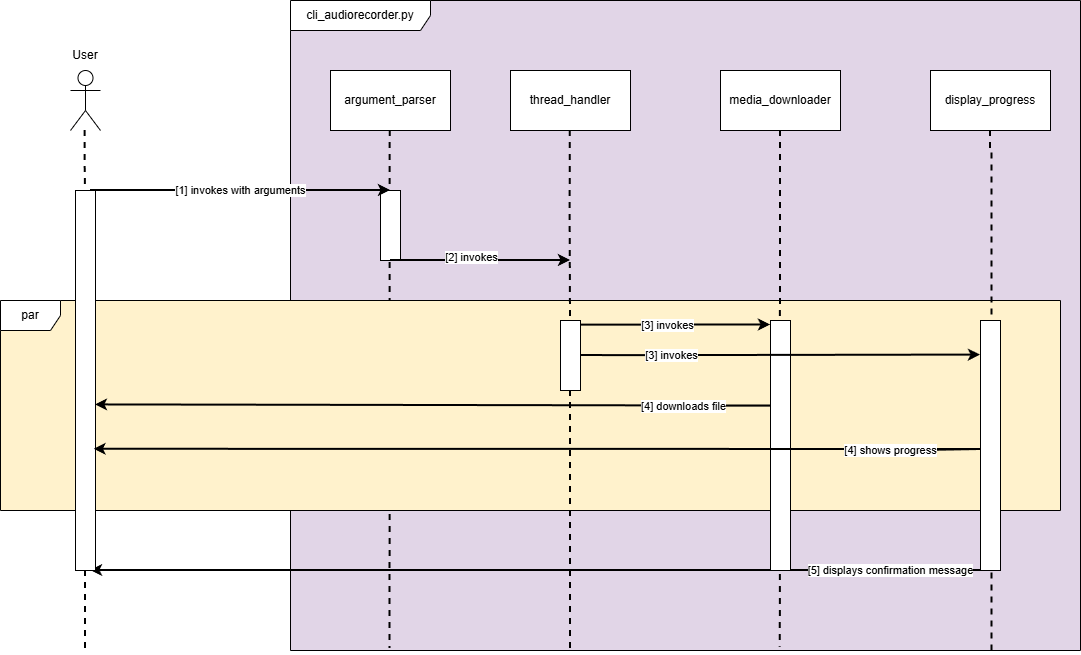
The draw.io diagram Sequenzdiagramm.drawio.png in maikgerdes/file-downloader, before a commit. Source tidied: cells renumbered, new cells last; positions are measured from the earlier drawing's top-left corner, leaving out a move shared by most shapes.
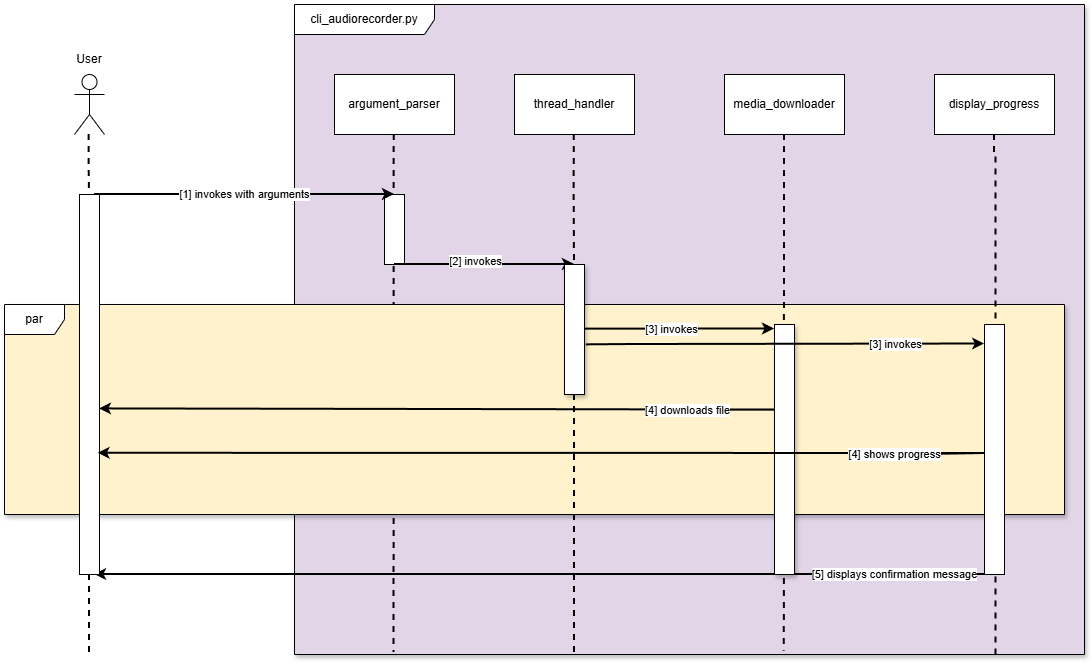
Later version of the same file.

Commit message:
-Fehler im Sequenzdiagramm korrigiert -README.md hinzugefügt

Diff of the diagram source:
```diff
@@ -2,7 +2,7 @@
   <root>
     <mxCell id="0" />
     <mxCell id="1" parent="0" />
-    <mxCell id="2" value="cli_audiorecorder.py" style="shape=umlFrame;whiteSpace=wrap;html=1;width=140;height=30;swimlaneFillColor=#E1D5E7;" parent="1" vertex="1">
+    <mxCell id="2" value="cli_audiorecorder.py" style="shape=umlFrame;whiteSpace=wrap;html=1;width=140;height=30;swimlaneFillColor=#E1D5E7;shadow=1;" parent="1" vertex="1">
       <mxGeometry x="290" width="790" height="650" as="geometry" />
     </mxCell>
     <mxCell id="3" style="edgeStyle=orthogonalEdgeStyle;rounded=0;jettySize=auto;html=1;strokeWidth=2;dashed=1;endArrow=none;endFill=0;entryX=0.126;entryY=0.997;entryDx=0;entryDy=0;entryPerimeter=0;" parent="1" edge="1" target="2">
@@ -13,7 +13,7 @@
     <mxCell id="4" style="rounded=0;whiteSpace=wrap;html=1;" parent="1" vertex="1">
       <mxGeometry x="380" y="190" width="20" height="70" as="geometry" />
     </mxCell>
-    <mxCell id="5" value="par" style="shape=umlFrame;whiteSpace=wrap;html=1;fillColor=light-dark(#ffffff, #281d00);strokeColor=light-dark(#000000, #281d00);fillStyle=auto;gradientColor=none;swimlaneFillColor=#FFF2CC;" parent="1" vertex="1">
+    <mxCell id="5" value="par" style="shape=umlFrame;whiteSpace=wrap;html=1;fillColor=light-dark(#ffffff, #281d00);strokeColor=light-dark(#000000, #281d00);fillStyle=auto;gradientColor=none;swimlaneFillColor=#FFF2CC;shadow=1;" parent="1" vertex="1">
       <mxGeometry y="300" width="1060" height="210" as="geometry" />
     </mxCell>
     <mxCell id="6" value="argument_parser" style="rounded=0;whiteSpace=wrap;html=1;" parent="1" vertex="1">
@@ -127,10 +127,10 @@
         <mxPoint x="569.7" y="130" as="sourcePoint" />
       </mxGeometry>
     </mxCell>
-    <mxCell id="29" style="rounded=0;whiteSpace=wrap;html=1;" parent="1" vertex="1">
-      <mxGeometry x="560" y="320" width="20" height="70" as="geometry" />
+    <mxCell id="29" style="rounded=0;whiteSpace=wrap;html=1;shadow=1;" parent="1" vertex="1">
+      <mxGeometry x="560" y="260" width="20" height="130" as="geometry" />
     </mxCell>
-    <mxCell id="30" style="rounded=0;whiteSpace=wrap;html=1;" parent="1" vertex="1">
+    <mxCell id="30" style="rounded=0;whiteSpace=wrap;html=1;shadow=1;" parent="1" vertex="1">
       <mxGeometry x="770" y="320" width="20" height="250" as="geometry" />
     </mxCell>
     <mxCell id="31" style="rounded=0;whiteSpace=wrap;html=1;" parent="1" vertex="1">
@@ -155,17 +155,19 @@
     <mxCell id="35" style="rounded=0;whiteSpace=wrap;html=1;" parent="1" vertex="1">
       <mxGeometry x="980" y="320" width="20" height="250" as="geometry" />
     </mxCell>
-    <mxCell id="36" style="endArrow=classic;html=1;rounded=0;entryX=-0.075;entryY=0.206;entryDx=0;entryDy=0;entryPerimeter=0;strokeWidth=2;exitX=1;exitY=0.5;exitDx=0;exitDy=0;" parent="1" edge="1" source="29">
-      <mxGeometry relative="1" as="geometry">
-        <mxPoint x="980" y="354.6" as="targetPoint" />
-        <Array as="points">
-          <mxPoint x="631.5" y="355.1" />
-        </Array>
-      </mxGeometry>
-    </mxCell>
+    <mxCell id="38" style="endArrow=classic;html=1;rounded=0;entryX=0.008;entryY=0.078;entryDx=0;entryDy=0;entryPerimeter=0;strokeWidth=2;exitX=1.092;exitY=0.618;exitDx=0;exitDy=0;exitPerimeter=0;" parent="1" edge="1" source="29" target="35">
+      <mxGeometry relative="1" as="geometry">
+        <Array as="points">
+          <mxPoint x="630" y="340" />
+        </Array>
+      </mxGeometry>
+    </mxCell>
+    <mxCell id="39" value="&lt;span style=&quot;color: rgba(0, 0, 0, 0); font-family: monospace; font-size: 0px; text-align: start; background-color: rgb(236, 236, 236);&quot;&gt;%3CmxGraphModel%3E%3Croot%3E%3CmxCell%20id%3D%220%22%2F%3E%3CmxCell%20id%3D%221%22%20parent%3D%220%22%2F%3E%3CmxCell%20id%3D%222%22%20parent%3D%221%22%20style%3D%22text%3Bhtml%3D1%3BwhiteSpace%3Dwrap%3BstrokeColor%3Dlight-dark(transparent%2C%2333FF99)%3BfillColor%3Dnone%3Balign%3Dcenter%3BverticalAlign%3Dmiddle%3Brounded%3D0%3B%22%20value%3D%22%26lt%3Bfont%20style%3D%26quot%3Bcolor%3A%20light-dark(rgb(0%2C%200%2C%200)%2C%20rgb(79%2C%20255%2C%20249))%3B%26quot%3B%26gt%3Binvokes%26lt%3B%2Ffont%26gt%3B%22%20vertex%3D%221%22%3E%3CmxGeometry%20height%3D%2230%22%20width%3D%2260%22%20x%3D%22320%22%20y%3D%22295%22%20as%3D%22geometry%22%2F%3E%3C%2FmxCell%3E%3C%2Froot%3E%3C%2FmxGraphModel%3E&lt;/span&gt;&lt;span style=&quot;color: rgba(0, 0, 0, 0); font-family: monospace; font-size: 0px; text-align: start; background-color: rgb(236, 236, 236);&quot;&gt;%3CmxGraphModel%3E%3Croot%3E%3CmxCell%20id%3D%220%22%2F%3E%3CmxCell%20id%3D%221%22%20parent%3D%220%22%2F%3E%3CmxCell%20id%3D%222%22%20parent%3D%221%22%20style%3D%22text%3Bhtml%3D1%3BwhiteSpace%3Dwrap%3BstrokeColor%3Dlight-dark(transparent%2C%2333FF99)%3BfillColor%3Dnone%3Balign%3Dcenter%3BverticalAlign%3Dmiddle%3Brounded%3D0%3B%22%20value%3D%22%26lt%3Bfont%20style%3D%26quot%3Bcolor%3A%20light-dark(rgb(0%2C%200%2C%200)%2C%20rgb(79%2C%20255%2C%20249))%3B%26quot%3B%26gt%3Binvokes%26lt%3B%2Ffont%26gt%3B%22%20vertex%3D%221%22%3E%3CmxGeometry%20height%3D%2230%22%20width%3D%2260%22%20x%3D%22320%22%20y%3D%22295%22%20as%3D%22geometry%22%2F%3E%3C%2FmxCell%3E%3C%2Froot%3E%3C%2FmxGraphModel%3Ein&lt;/span&gt;" style="edgeLabel;html=1;align=center;verticalAlign=middle;" parent="38" vertex="1">
+      <mxGeometry x="-0.01" y="-1" relative="1" as="geometry" />
+    </mxCell>
-    <mxCell id="37" value="[3] invokes" style="edgeLabel;html=1;align=center;verticalAlign=middle;" parent="36" vertex="1">
-      <mxGeometry x="-0.43" relative="1" as="geometry">
-        <mxPoint x="-23" as="offset" />
+    <mxCell id="37" value="[3] invokes" style="edgeLabel;html=1;align=center;verticalAlign=middle;" parent="38" vertex="1">
+      <mxGeometry x="-0.03" y="1" relative="1" as="geometry">
+        <mxPoint x="115" y="1" as="offset" />
       </mxGeometry>
     </mxCell>
   </root>
```
